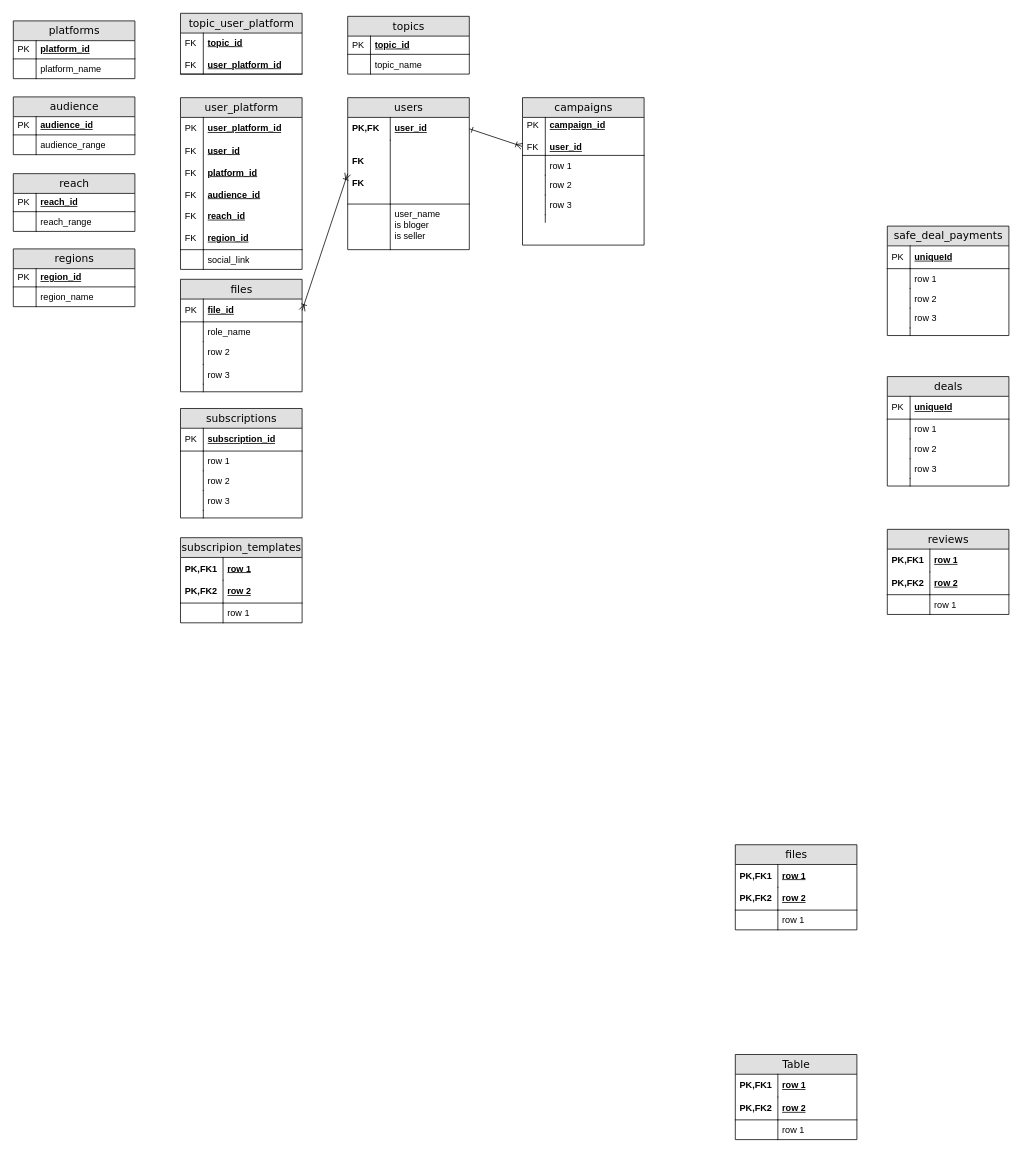
NadezdaHope19/practice keeps this draw.io diagram as diagrams/erd.drawio.xml. Above is the earlier version. Source tidied: cells renumbered, new cells numbered last; positions are measured from the earlier drawing's top-left corner, leaving out a move shared by most shapes. Both pictures are drawn from the tidied source at 76%, with x=0, y=0 at pixel (13, 13).
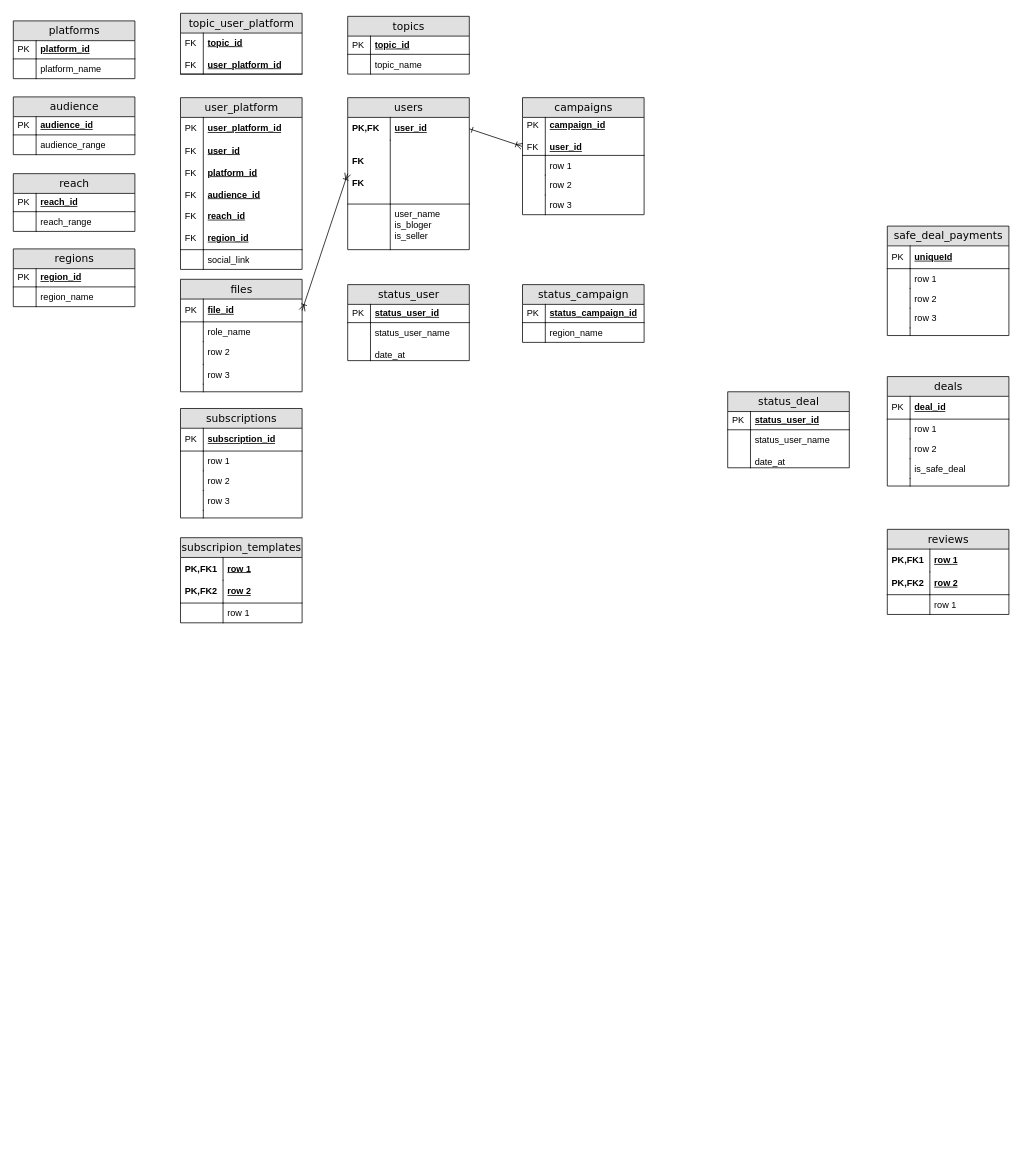
The same page after the edit.

The change refers to these unchanged cells:
```xml
<mxCell id="2" value="users" style="swimlane;html=1;fontStyle=0;horizontal=1;startSize=26;fillColor=#e0e0e0;swimlaneFillColor=#ffffff;align=center;rounded=0;shadow=0;comic=0;labelBackgroundColor=none;strokeWidth=1;fontFamily=Verdana;fontSize=14;" parent="1" vertex="1">
  <mxGeometry x="440" y="111" width="160" height="200" as="geometry" />
</mxCell>
<mxCell id="70" value="deals" style="swimlane;html=1;fontStyle=0;horizontal=1;startSize=26;fillColor=#e0e0e0;swimlaneFillColor=#ffffff;align=center;rounded=0;shadow=0;comic=0;labelBackgroundColor=none;strokeWidth=1;fontFamily=Verdana;fontSize=14;" parent="1" vertex="1">
  <mxGeometry x="1150" y="478" width="160" height="144" as="geometry" />
</mxCell>
```

The edit, as a diff of the source:
```diff
@@
-    <mxCell id="7" value="user_name&lt;div&gt;is bloger&lt;/div&gt;&lt;div&gt;is seller&lt;/div&gt;&lt;div&gt;&lt;br&gt;&lt;/div&gt;" style="shape=partialRectangle;top=0;left=0;right=0;bottom=0;html=1;align=left;verticalAlign=top;fillColor=none;spacingLeft=60;spacingRight=4;whiteSpace=wrap;overflow=hidden;" parent="2" vertex="1">
+    <mxCell id="7" value="user_name&lt;div&gt;is_bloger&lt;/div&gt;&lt;div&gt;is_seller&lt;/div&gt;&lt;div&gt;&lt;br&gt;&lt;/div&gt;" style="shape=partialRectangle;top=0;left=0;right=0;bottom=0;html=1;align=left;verticalAlign=top;fillColor=none;spacingLeft=60;spacingRight=4;whiteSpace=wrap;overflow=hidden;" parent="2" vertex="1">
       <mxGeometry y="140" width="160" height="60" as="geometry" />
     </mxCell>
@@
     <mxCell id="9" value="campaigns" style="swimlane;html=1;fontStyle=0;horizontal=1;startSize=26;fillColor=#e0e0e0;swimlaneFillColor=#ffffff;align=center;rounded=0;shadow=0;comic=0;labelBackgroundColor=none;strokeWidth=1;fontFamily=Verdana;fontSize=14;swimlaneLine=1;" parent="1" vertex="1">
-      <mxGeometry x="670" y="111" width="160" height="194" as="geometry" />
+      <mxGeometry x="670" y="111" width="160" height="154" as="geometry" />
     </mxCell>
@@
-    <mxCell id="18" style="shape=partialRectangle;top=0;left=0;right=0;bottom=0;html=1;align=left;verticalAlign=top;fillColor=none;spacingLeft=34;spacingRight=4;whiteSpace=wrap;overflow=hidden;" parent="9" vertex="1">
-      <mxGeometry y="154" width="160" height="10" as="geometry" />
-    </mxCell>
-    <mxCell id="19" style="shape=partialRectangle;top=0;left=0;bottom=0;html=1;fillColor=none;align=left;verticalAlign=top;spacingLeft=4;spacingRight=4;whiteSpace=wrap;overflow=hidden;" parent="18" vertex="1">
-      <mxGeometry width="30" height="10" as="geometry" />
-    </mxCell>
@@
-    <mxCell id="42" value="files" style="swimlane;html=1;fontStyle=0;horizontal=1;startSize=26;fillColor=#e0e0e0;swimlaneFillColor=#ffffff;align=center;rounded=0;shadow=0;comic=0;labelBackgroundColor=none;strokeWidth=1;fontFamily=Verdana;fontSize=14;" parent="1" vertex="1">
-      <mxGeometry x="950" y="1094" width="160" height="112" as="geometry" />
-    </mxCell>
-    <mxCell id="43" value="row 1" style="shape=partialRectangle;top=0;left=0;right=0;bottom=0;html=1;align=left;verticalAlign=middle;fillColor=none;spacingLeft=60;spacingRight=4;whiteSpace=wrap;overflow=hidden;fontStyle=5;" parent="42" vertex="1">
-      <mxGeometry y="26" width="160" height="30" as="geometry" />
-    </mxCell>
-    <mxCell id="44" value="PK,FK1" style="shape=partialRectangle;fontStyle=1;top=0;left=0;bottom=0;html=1;fillColor=none;align=left;verticalAlign=middle;spacingLeft=4;spacingRight=4;whiteSpace=wrap;overflow=hidden;" parent="43" vertex="1">
-      <mxGeometry width="56" height="30" as="geometry" />
-    </mxCell>
-    <mxCell id="45" value="row 2" style="shape=partialRectangle;top=0;left=0;right=0;bottom=1;html=1;align=left;verticalAlign=middle;fillColor=none;spacingLeft=60;spacingRight=4;whiteSpace=wrap;overflow=hidden;fontStyle=5;" parent="42" vertex="1">
-      <mxGeometry y="56" width="160" height="30" as="geometry" />
-    </mxCell>
-    <mxCell id="46" value="PK,FK2" style="shape=partialRectangle;fontStyle=1;top=0;left=0;bottom=0;html=1;fillColor=none;align=left;verticalAlign=middle;spacingLeft=4;spacingRight=4;whiteSpace=wrap;overflow=hidden;" parent="45" vertex="1">
-      <mxGeometry width="56" height="30" as="geometry" />
-    </mxCell>
-    <mxCell id="47" value="row 1" style="shape=partialRectangle;top=0;left=0;right=0;bottom=0;html=1;align=left;verticalAlign=top;fillColor=none;spacingLeft=60;spacingRight=4;whiteSpace=wrap;overflow=hidden;" parent="42" vertex="1">
-      <mxGeometry y="86" width="160" height="26" as="geometry" />
-    </mxCell>
-    <mxCell id="48" style="shape=partialRectangle;top=0;left=0;bottom=0;html=1;fillColor=none;align=left;verticalAlign=top;spacingLeft=4;spacingRight=4;whiteSpace=wrap;overflow=hidden;" parent="47" vertex="1">
-      <mxGeometry width="56" height="26" as="geometry" />
-    </mxCell>
@@
-    <mxCell id="63" value="Table" style="swimlane;html=1;fontStyle=0;horizontal=1;startSize=26;fillColor=#e0e0e0;swimlaneFillColor=#ffffff;align=center;rounded=0;shadow=0;comic=0;labelBackgroundColor=none;strokeWidth=1;fontFamily=Verdana;fontSize=14;" parent="1" vertex="1">
-      <mxGeometry x="950" y="1370" width="160" height="112" as="geometry" />
-    </mxCell>
-    <mxCell id="64" value="row 1" style="shape=partialRectangle;top=0;left=0;right=0;bottom=0;html=1;align=left;verticalAlign=middle;fillColor=none;spacingLeft=60;spacingRight=4;whiteSpace=wrap;overflow=hidden;fontStyle=5;" parent="63" vertex="1">
-      <mxGeometry y="26" width="160" height="30" as="geometry" />
-    </mxCell>
-    <mxCell id="65" value="PK,FK1" style="shape=partialRectangle;fontStyle=1;top=0;left=0;bottom=0;html=1;fillColor=none;align=left;verticalAlign=middle;spacingLeft=4;spacingRight=4;whiteSpace=wrap;overflow=hidden;" parent="64" vertex="1">
-      <mxGeometry width="56" height="30" as="geometry" />
-    </mxCell>
-    <mxCell id="66" value="row 2" style="shape=partialRectangle;top=0;left=0;right=0;bottom=1;html=1;align=left;verticalAlign=middle;fillColor=none;spacingLeft=60;spacingRight=4;whiteSpace=wrap;overflow=hidden;fontStyle=5;" parent="63" vertex="1">
-      <mxGeometry y="56" width="160" height="30" as="geometry" />
-    </mxCell>
-    <mxCell id="67" value="PK,FK2" style="shape=partialRectangle;fontStyle=1;top=0;left=0;bottom=0;html=1;fillColor=none;align=left;verticalAlign=middle;spacingLeft=4;spacingRight=4;whiteSpace=wrap;overflow=hidden;" parent="66" vertex="1">
-      <mxGeometry width="56" height="30" as="geometry" />
-    </mxCell>
-    <mxCell id="68" value="row 1" style="shape=partialRectangle;top=0;left=0;right=0;bottom=0;html=1;align=left;verticalAlign=top;fillColor=none;spacingLeft=60;spacingRight=4;whiteSpace=wrap;overflow=hidden;" parent="63" vertex="1">
-      <mxGeometry y="86" width="160" height="26" as="geometry" />
-    </mxCell>
-    <mxCell id="69" style="shape=partialRectangle;top=0;left=0;bottom=0;html=1;fillColor=none;align=left;verticalAlign=top;spacingLeft=4;spacingRight=4;whiteSpace=wrap;overflow=hidden;" parent="68" vertex="1">
-      <mxGeometry width="56" height="26" as="geometry" />
-    </mxCell>
@@
-    <mxCell id="71" value="uniqueId" style="shape=partialRectangle;top=0;left=0;right=0;bottom=1;html=1;align=left;verticalAlign=middle;fillColor=none;spacingLeft=34;spacingRight=4;whiteSpace=wrap;overflow=hidden;fontStyle=5;" parent="70" vertex="1">
+    <mxCell id="71" value="deal_id" style="shape=partialRectangle;top=0;left=0;right=0;bottom=1;html=1;align=left;verticalAlign=middle;fillColor=none;spacingLeft=34;spacingRight=4;whiteSpace=wrap;overflow=hidden;fontStyle=5;" parent="70" vertex="1">
       <mxGeometry y="26" width="160" height="30" as="geometry" />
     </mxCell>
@@
-    <mxCell id="77" value="row 3" style="shape=partialRectangle;top=0;left=0;right=0;bottom=0;html=1;align=left;verticalAlign=top;fillColor=none;spacingLeft=34;spacingRight=4;whiteSpace=wrap;overflow=hidden;" parent="70" vertex="1">
+    <mxCell id="77" value="is_safe_deal" style="shape=partialRectangle;top=0;left=0;right=0;bottom=0;html=1;align=left;verticalAlign=top;fillColor=none;spacingLeft=34;spacingRight=4;whiteSpace=wrap;overflow=hidden;" parent="70" vertex="1">
       <mxGeometry y="108" width="160" height="26" as="geometry" />
     </mxCell>
@@
+    <mxCell id="127" value="status_user" style="swimlane;html=1;fontStyle=0;horizontal=1;startSize=26;fillColor=#e0e0e0;swimlaneFillColor=#ffffff;align=center;rounded=0;shadow=0;comic=0;labelBackgroundColor=none;strokeWidth=1;fontFamily=Verdana;fontSize=14;swimlaneLine=1;" parent="1" vertex="1">
+      <mxGeometry x="440" y="357" width="160" height="100" as="geometry" />
+    </mxCell>
+    <mxCell id="128" value="status_user_id" style="shape=partialRectangle;top=0;left=0;right=0;bottom=1;html=1;align=left;verticalAlign=middle;fillColor=none;spacingLeft=34;spacingRight=4;whiteSpace=wrap;overflow=hidden;fontStyle=5;" parent="127" vertex="1">
+      <mxGeometry y="26" width="160" height="24" as="geometry" />
+    </mxCell>
+    <mxCell id="129" value="PK" style="shape=partialRectangle;top=0;left=0;bottom=0;html=1;fillColor=none;align=left;verticalAlign=middle;spacingLeft=4;spacingRight=4;whiteSpace=wrap;overflow=hidden;" parent="128" vertex="1">
+      <mxGeometry width="30" height="24" as="geometry" />
+    </mxCell>
+    <mxCell id="130" value="status_user_name&lt;div&gt;&lt;br&gt;&lt;/div&gt;&lt;div&gt;date_at&lt;/div&gt;" style="shape=partialRectangle;top=0;left=0;right=0;bottom=0;html=1;align=left;verticalAlign=top;fillColor=none;spacingLeft=34;spacingRight=4;whiteSpace=wrap;overflow=hidden;" parent="127" vertex="1">
+      <mxGeometry y="50" width="160" height="50" as="geometry" />
+    </mxCell>
+    <mxCell id="131" style="shape=partialRectangle;top=0;left=0;bottom=0;html=1;fillColor=none;align=left;verticalAlign=top;spacingLeft=4;spacingRight=4;whiteSpace=wrap;overflow=hidden;" parent="130" vertex="1">
+      <mxGeometry width="30" height="50" as="geometry" />
+    </mxCell>
+    <mxCell id="132" value="status_campaign" style="swimlane;html=1;fontStyle=0;horizontal=1;startSize=26;fillColor=#e0e0e0;swimlaneFillColor=#ffffff;align=center;rounded=0;shadow=0;comic=0;labelBackgroundColor=none;strokeWidth=1;fontFamily=Verdana;fontSize=14;swimlaneLine=1;" parent="1" vertex="1">
+      <mxGeometry x="670" y="357" width="160" height="76" as="geometry" />
+    </mxCell>
+    <mxCell id="133" value="status_campaign_id" style="shape=partialRectangle;top=0;left=0;right=0;bottom=1;html=1;align=left;verticalAlign=middle;fillColor=none;spacingLeft=34;spacingRight=4;whiteSpace=wrap;overflow=hidden;fontStyle=5;" parent="132" vertex="1">
+      <mxGeometry y="26" width="160" height="24" as="geometry" />
+    </mxCell>
+    <mxCell id="134" value="PK" style="shape=partialRectangle;top=0;left=0;bottom=0;html=1;fillColor=none;align=left;verticalAlign=middle;spacingLeft=4;spacingRight=4;whiteSpace=wrap;overflow=hidden;" parent="133" vertex="1">
+      <mxGeometry width="30" height="24" as="geometry" />
+    </mxCell>
+    <mxCell id="135" value="region_name" style="shape=partialRectangle;top=0;left=0;right=0;bottom=0;html=1;align=left;verticalAlign=top;fillColor=none;spacingLeft=34;spacingRight=4;whiteSpace=wrap;overflow=hidden;" parent="132" vertex="1">
+      <mxGeometry y="50" width="160" height="26" as="geometry" />
+    </mxCell>
+    <mxCell id="136" style="shape=partialRectangle;top=0;left=0;bottom=0;html=1;fillColor=none;align=left;verticalAlign=top;spacingLeft=4;spacingRight=4;whiteSpace=wrap;overflow=hidden;" parent="135" vertex="1">
+      <mxGeometry width="30" height="26" as="geometry" />
+    </mxCell>
+    <mxCell id="137" value="status_deal" style="swimlane;html=1;fontStyle=0;horizontal=1;startSize=26;fillColor=#e0e0e0;swimlaneFillColor=#ffffff;align=center;rounded=0;shadow=0;comic=0;labelBackgroundColor=none;strokeWidth=1;fontFamily=Verdana;fontSize=14;swimlaneLine=1;" parent="1" vertex="1">
+      <mxGeometry x="940" y="498" width="160" height="100" as="geometry" />
+    </mxCell>
+    <mxCell id="138" value="status_user_id" style="shape=partialRectangle;top=0;left=0;right=0;bottom=1;html=1;align=left;verticalAlign=middle;fillColor=none;spacingLeft=34;spacingRight=4;whiteSpace=wrap;overflow=hidden;fontStyle=5;" parent="137" vertex="1">
+      <mxGeometry y="26" width="160" height="24" as="geometry" />
+    </mxCell>
+    <mxCell id="139" value="PK" style="shape=partialRectangle;top=0;left=0;bottom=0;html=1;fillColor=none;align=left;verticalAlign=middle;spacingLeft=4;spacingRight=4;whiteSpace=wrap;overflow=hidden;" parent="138" vertex="1">
+      <mxGeometry width="30" height="24" as="geometry" />
+    </mxCell>
+    <mxCell id="140" value="status_user_name&lt;div&gt;&lt;br&gt;&lt;/div&gt;&lt;div&gt;date_at&lt;/div&gt;" style="shape=partialRectangle;top=0;left=0;right=0;bottom=0;html=1;align=left;verticalAlign=top;fillColor=none;spacingLeft=34;spacingRight=4;whiteSpace=wrap;overflow=hidden;" parent="137" vertex="1">
+      <mxGeometry y="50" width="160" height="50" as="geometry" />
+    </mxCell>
+    <mxCell id="141" style="shape=partialRectangle;top=0;left=0;bottom=0;html=1;fillColor=none;align=left;verticalAlign=top;spacingLeft=4;spacingRight=4;whiteSpace=wrap;overflow=hidden;" parent="140" vertex="1">
+      <mxGeometry width="30" height="50" as="geometry" />
+    </mxCell>
```
